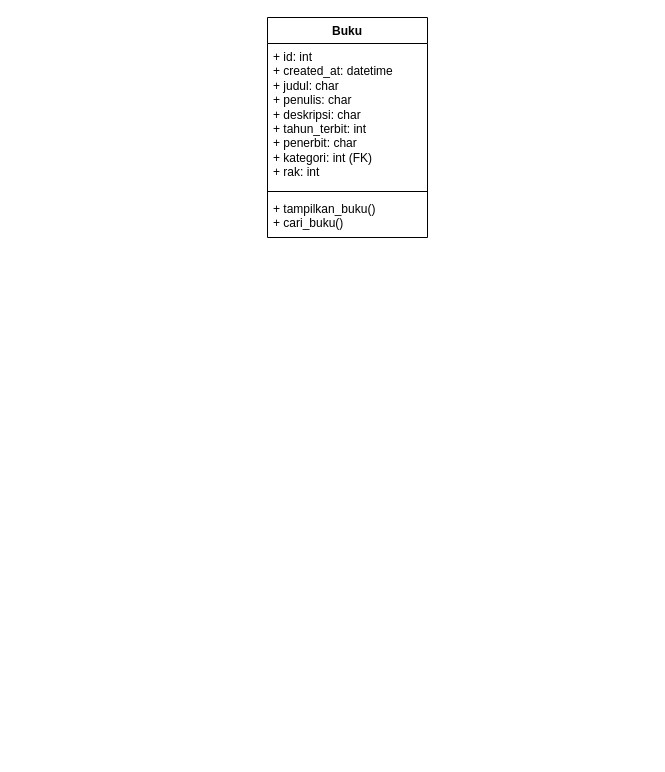
Earlier version of the draw.io diagram Class-Diagram-Perpus-Digital.drawio (Afkar-Saga/perpus-digital). Source tidied: cells renumbered, new cells numbered last; positions are measured from the earlier drawing's top-left corner, leaving out a move shared by most shapes. Both pictures are drawn from the tidied source at 100%, with x=0, y=0 at pixel (267, 17).
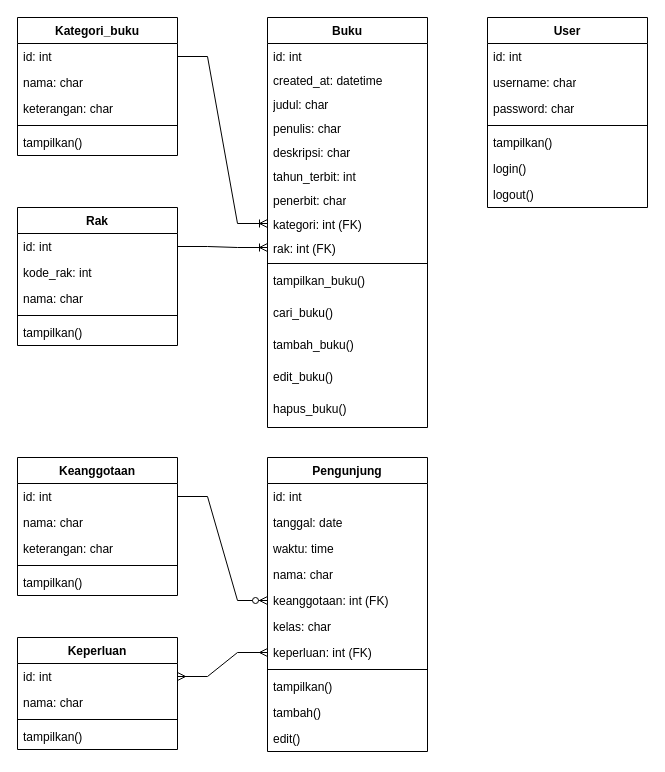
Above is the later version.

What changed in the source:
```diff
@@
     <mxCell id="2" value="Buku" style="swimlane;fontStyle=1;align=center;verticalAlign=top;horizontal=1;startSize=26;whiteSpace=wrap;html=1;" parent="1" vertex="1">
-      <mxGeometry width="160" height="220" as="geometry" />
+      <mxGeometry width="160" height="410" as="geometry" />
     </mxCell>
-    <mxCell id="3" value="+ id: int&lt;br&gt;+ created_at: datetime&lt;br&gt;+ judul: char&lt;br&gt;+ penulis: char&lt;br&gt;+ deskripsi: char&lt;br&gt;+ tahun_terbit: int&lt;br&gt;+ penerbit: char&lt;br&gt;+ kategori: int (FK)&lt;br&gt;+ rak: int" style="text;strokeColor=none;fillColor=none;align=left;verticalAlign=top;spacingLeft=4;spacingRight=4;overflow=hidden;whiteSpace=wrap;html=1;" parent="2" vertex="1">
-      <mxGeometry y="26" width="160" height="144" as="geometry" />
+    <mxCell id="3" value="id: int" style="text;strokeColor=none;fillColor=none;align=left;verticalAlign=top;spacingLeft=4;spacingRight=4;overflow=hidden;whiteSpace=wrap;html=1;" parent="2" vertex="1">
+      <mxGeometry y="26" width="160" height="24" as="geometry" />
     </mxCell>
+    <mxCell id="6" value="created_at: datetime" style="text;strokeColor=none;fillColor=none;align=left;verticalAlign=top;spacingLeft=4;spacingRight=4;overflow=hidden;whiteSpace=wrap;html=1;" parent="2" vertex="1">
+      <mxGeometry y="50" width="160" height="24" as="geometry" />
+    </mxCell>
+    <mxCell id="7" value="judul: char&lt;span style=&quot;white-space: pre;&quot;&gt;&#9;&lt;/span&gt;" style="text;strokeColor=none;fillColor=none;align=left;verticalAlign=top;spacingLeft=4;spacingRight=4;overflow=hidden;whiteSpace=wrap;html=1;" parent="2" vertex="1">
+      <mxGeometry y="74" width="160" height="24" as="geometry" />
+    </mxCell>
+    <mxCell id="8" value="penulis: char" style="text;strokeColor=none;fillColor=none;align=left;verticalAlign=top;spacingLeft=4;spacingRight=4;overflow=hidden;whiteSpace=wrap;html=1;" parent="2" vertex="1">
+      <mxGeometry y="98" width="160" height="24" as="geometry" />
+    </mxCell>
+    <mxCell id="9" value="deskripsi: char" style="text;strokeColor=none;fillColor=none;align=left;verticalAlign=top;spacingLeft=4;spacingRight=4;overflow=hidden;whiteSpace=wrap;html=1;" parent="2" vertex="1">
+      <mxGeometry y="122" width="160" height="24" as="geometry" />
+    </mxCell>
+    <mxCell id="10" value="tahun_terbit: int" style="text;strokeColor=none;fillColor=none;align=left;verticalAlign=top;spacingLeft=4;spacingRight=4;overflow=hidden;whiteSpace=wrap;html=1;" parent="2" vertex="1">
+      <mxGeometry y="146" width="160" height="24" as="geometry" />
+    </mxCell>
+    <mxCell id="11" value="penerbit: char" style="text;strokeColor=none;fillColor=none;align=left;verticalAlign=top;spacingLeft=4;spacingRight=4;overflow=hidden;whiteSpace=wrap;html=1;" parent="2" vertex="1">
+      <mxGeometry y="170" width="160" height="24" as="geometry" />
+    </mxCell>
+    <mxCell id="12" value="kategori: int (FK)" style="text;strokeColor=none;fillColor=none;align=left;verticalAlign=top;spacingLeft=4;spacingRight=4;overflow=hidden;points=[[0,0.5],[1,0.5]];portConstraint=eastwest;whiteSpace=wrap;html=1;" parent="2" vertex="1">
+      <mxGeometry y="194" width="160" height="24" as="geometry" />
+    </mxCell>
+    <mxCell id="13" value="rak: int (FK)" style="text;strokeColor=none;fillColor=none;align=left;verticalAlign=top;spacingLeft=4;spacingRight=4;overflow=hidden;points=[[0,0.5],[1,0.5]];portConstraint=eastwest;whiteSpace=wrap;html=1;" parent="2" vertex="1">
+      <mxGeometry y="218" width="160" height="24" as="geometry" />
+    </mxCell>
     <mxCell id="4" style="line;strokeWidth=1;fillColor=none;align=left;verticalAlign=middle;spacingTop=-1;spacingLeft=3;spacingRight=3;labelPosition=right;strokeColor=inherit;" parent="2" vertex="1">
-      <mxGeometry y="170" width="160" height="8" as="geometry" />
+      <mxGeometry y="242" width="160" height="8" as="geometry" />
     </mxCell>
-    <mxCell id="5" value="+ tampilkan_buku()&lt;br&gt;+ cari_buku()" style="text;strokeColor=none;fillColor=none;align=left;verticalAlign=top;spacingLeft=4;spacingRight=4;overflow=hidden;whiteSpace=wrap;html=1;" parent="2" vertex="1">
-      <mxGeometry y="178" width="160" height="42" as="geometry" />
+    <mxCell id="5" value="tampilkan_buku()" style="text;strokeColor=none;fillColor=none;align=left;verticalAlign=top;spacingLeft=4;spacingRight=4;overflow=hidden;whiteSpace=wrap;html=1;" parent="2" vertex="1">
+      <mxGeometry y="250" width="160" height="32" as="geometry" />
     </mxCell>
+    <mxCell id="14" value="cari_buku()" style="text;strokeColor=none;fillColor=none;align=left;verticalAlign=top;spacingLeft=4;spacingRight=4;overflow=hidden;whiteSpace=wrap;html=1;" parent="2" vertex="1">
+      <mxGeometry y="282" width="160" height="32" as="geometry" />
+    </mxCell>
+    <mxCell id="15" value="tambah_buku()" style="text;strokeColor=none;fillColor=none;align=left;verticalAlign=top;spacingLeft=4;spacingRight=4;overflow=hidden;whiteSpace=wrap;html=1;" parent="2" vertex="1">
+      <mxGeometry y="314" width="160" height="32" as="geometry" />
+    </mxCell>
+    <mxCell id="16" value="edit_buku()" style="text;strokeColor=none;fillColor=none;align=left;verticalAlign=top;spacingLeft=4;spacingRight=4;overflow=hidden;whiteSpace=wrap;html=1;" parent="2" vertex="1">
+      <mxGeometry y="346" width="160" height="32" as="geometry" />
+    </mxCell>
+    <mxCell id="17" value="hapus_buku()" style="text;strokeColor=none;fillColor=none;align=left;verticalAlign=top;spacingLeft=4;spacingRight=4;overflow=hidden;whiteSpace=wrap;html=1;" parent="2" vertex="1">
+      <mxGeometry y="378" width="160" height="32" as="geometry" />
+    </mxCell>
+    <mxCell id="18" value="Kategori_buku" style="swimlane;fontStyle=1;align=center;verticalAlign=top;horizontal=1;startSize=26;whiteSpace=wrap;html=1;" parent="1" vertex="1">
+      <mxGeometry x="-250" width="160" height="138" as="geometry" />
+    </mxCell>
+    <mxCell id="19" value="id: int" style="text;strokeColor=none;fillColor=none;align=left;verticalAlign=top;spacingLeft=4;spacingRight=4;overflow=hidden;points=[[0,0.5],[1,0.5]];portConstraint=eastwest;whiteSpace=wrap;html=1;" parent="18" vertex="1">
+      <mxGeometry y="26" width="160" height="26" as="geometry" />
+    </mxCell>
+    <mxCell id="20" value="nama: char" style="text;strokeColor=none;fillColor=none;align=left;verticalAlign=top;spacingLeft=4;spacingRight=4;overflow=hidden;whiteSpace=wrap;html=1;" parent="18" vertex="1">
+      <mxGeometry y="52" width="160" height="26" as="geometry" />
+    </mxCell>
+    <mxCell id="21" value="keterangan: char" style="text;strokeColor=none;fillColor=none;align=left;verticalAlign=top;spacingLeft=4;spacingRight=4;overflow=hidden;whiteSpace=wrap;html=1;" parent="18" vertex="1">
+      <mxGeometry y="78" width="160" height="26" as="geometry" />
+    </mxCell>
+    <mxCell id="22" style="line;strokeWidth=1;fillColor=none;align=left;verticalAlign=middle;spacingTop=-1;spacingLeft=3;spacingRight=3;labelPosition=right;strokeColor=inherit;" parent="18" vertex="1">
+      <mxGeometry y="104" width="160" height="8" as="geometry" />
+    </mxCell>
+    <mxCell id="23" value="tampilkan()" style="text;strokeColor=none;fillColor=none;align=left;verticalAlign=top;spacingLeft=4;spacingRight=4;overflow=hidden;whiteSpace=wrap;html=1;" parent="18" vertex="1">
+      <mxGeometry y="112" width="160" height="26" as="geometry" />
+    </mxCell>
+    <mxCell id="24" style="edgeStyle=entityRelationEdgeStyle;fontSize=12;html=1;endArrow=ERoneToMany;rounded=0;" parent="1" edge="1" source="19" target="12">
+      <mxGeometry relative="1" as="geometry" />
+    </mxCell>
+    <mxCell id="25" value="Keanggotaan" style="swimlane;fontStyle=1;align=center;verticalAlign=top;horizontal=1;startSize=26;whiteSpace=wrap;html=1;" parent="1" vertex="1">
+      <mxGeometry x="-250" y="440" width="160" height="138" as="geometry" />
+    </mxCell>
+    <mxCell id="26" value="id: int" style="text;strokeColor=none;fillColor=none;align=left;verticalAlign=top;spacingLeft=4;spacingRight=4;overflow=hidden;points=[[0,0.5],[1,0.5]];portConstraint=eastwest;whiteSpace=wrap;html=1;" parent="25" vertex="1">
+      <mxGeometry y="26" width="160" height="26" as="geometry" />
+    </mxCell>
+    <mxCell id="27" value="nama: char" style="text;strokeColor=none;fillColor=none;align=left;verticalAlign=top;spacingLeft=4;spacingRight=4;overflow=hidden;whiteSpace=wrap;html=1;" parent="25" vertex="1">
+      <mxGeometry y="52" width="160" height="26" as="geometry" />
+    </mxCell>
+    <mxCell id="28" value="keterangan: char" style="text;strokeColor=none;fillColor=none;align=left;verticalAlign=top;spacingLeft=4;spacingRight=4;overflow=hidden;whiteSpace=wrap;html=1;" parent="25" vertex="1">
+      <mxGeometry y="78" width="160" height="26" as="geometry" />
+    </mxCell>
+    <mxCell id="29" style="line;strokeWidth=1;fillColor=none;align=left;verticalAlign=middle;spacingTop=-1;spacingLeft=3;spacingRight=3;labelPosition=right;strokeColor=inherit;" parent="25" vertex="1">
+      <mxGeometry y="104" width="160" height="8" as="geometry" />
+    </mxCell>
+    <mxCell id="30" value="tampilkan()" style="text;strokeColor=none;fillColor=none;align=left;verticalAlign=top;spacingLeft=4;spacingRight=4;overflow=hidden;whiteSpace=wrap;html=1;" parent="25" vertex="1">
+      <mxGeometry y="112" width="160" height="26" as="geometry" />
+    </mxCell>
+    <mxCell id="31" value="Pengunjung" style="swimlane;fontStyle=1;align=center;verticalAlign=top;horizontal=1;startSize=26;whiteSpace=wrap;html=1;" parent="1" vertex="1">
+      <mxGeometry y="440" width="160" height="294" as="geometry" />
+    </mxCell>
+    <mxCell id="32" value="id: int" style="text;strokeColor=none;fillColor=none;align=left;verticalAlign=top;spacingLeft=4;spacingRight=4;overflow=hidden;whiteSpace=wrap;html=1;" parent="31" vertex="1">
+      <mxGeometry y="26" width="160" height="26" as="geometry" />
+    </mxCell>
+    <mxCell id="33" value="tanggal: date" style="text;strokeColor=none;fillColor=none;align=left;verticalAlign=top;spacingLeft=4;spacingRight=4;overflow=hidden;whiteSpace=wrap;html=1;" parent="31" vertex="1">
+      <mxGeometry y="52" width="160" height="26" as="geometry" />
+    </mxCell>
+    <mxCell id="34" value="waktu: time" style="text;strokeColor=none;fillColor=none;align=left;verticalAlign=top;spacingLeft=4;spacingRight=4;overflow=hidden;whiteSpace=wrap;html=1;" parent="31" vertex="1">
+      <mxGeometry y="78" width="160" height="26" as="geometry" />
+    </mxCell>
+    <mxCell id="35" value="nama: char" style="text;strokeColor=none;fillColor=none;align=left;verticalAlign=top;spacingLeft=4;spacingRight=4;overflow=hidden;whiteSpace=wrap;html=1;" parent="31" vertex="1">
+      <mxGeometry y="104" width="160" height="26" as="geometry" />
+    </mxCell>
+    <mxCell id="36" value="keanggotaan: int (FK)" style="text;strokeColor=none;fillColor=none;align=left;verticalAlign=top;spacingLeft=4;spacingRight=4;overflow=hidden;points=[[0,0.5],[1,0.5]];portConstraint=eastwest;whiteSpace=wrap;html=1;" parent="31" vertex="1">
+      <mxGeometry y="130" width="160" height="26" as="geometry" />
+    </mxCell>
+    <mxCell id="37" value="kelas: char" style="text;strokeColor=none;fillColor=none;align=left;verticalAlign=top;spacingLeft=4;spacingRight=4;overflow=hidden;whiteSpace=wrap;html=1;" parent="31" vertex="1">
+      <mxGeometry y="156" width="160" height="26" as="geometry" />
+    </mxCell>
+    <mxCell id="38" value="keperluan: int (FK)" style="text;strokeColor=none;fillColor=none;align=left;verticalAlign=top;spacingLeft=4;spacingRight=4;overflow=hidden;points=[[0,0.5],[1,0.5]];portConstraint=eastwest;whiteSpace=wrap;html=1;" parent="31" vertex="1">
+      <mxGeometry y="182" width="160" height="26" as="geometry" />
+    </mxCell>
+    <mxCell id="39" style="line;strokeWidth=1;fillColor=none;align=left;verticalAlign=middle;spacingTop=-1;spacingLeft=3;spacingRight=3;labelPosition=right;strokeColor=inherit;" parent="31" vertex="1">
+      <mxGeometry y="208" width="160" height="8" as="geometry" />
+    </mxCell>
+    <mxCell id="40" value="tampilkan()" style="text;strokeColor=none;fillColor=none;align=left;verticalAlign=top;spacingLeft=4;spacingRight=4;overflow=hidden;whiteSpace=wrap;html=1;" parent="31" vertex="1">
+      <mxGeometry y="216" width="160" height="26" as="geometry" />
+    </mxCell>
+    <mxCell id="41" value="tambah()" style="text;strokeColor=none;fillColor=none;align=left;verticalAlign=top;spacingLeft=4;spacingRight=4;overflow=hidden;whiteSpace=wrap;html=1;" parent="31" vertex="1">
+      <mxGeometry y="242" width="160" height="26" as="geometry" />
+    </mxCell>
+    <mxCell id="42" value="edit()" style="text;strokeColor=none;fillColor=none;align=left;verticalAlign=top;spacingLeft=4;spacingRight=4;overflow=hidden;whiteSpace=wrap;html=1;" parent="31" vertex="1">
+      <mxGeometry y="268" width="160" height="26" as="geometry" />
+    </mxCell>
+    <mxCell id="43" value="Keperluan" style="swimlane;fontStyle=1;align=center;verticalAlign=top;horizontal=1;startSize=26;whiteSpace=wrap;html=1;" parent="1" vertex="1">
+      <mxGeometry x="-250" y="620" width="160" height="112" as="geometry" />
+    </mxCell>
+    <mxCell id="44" value="id: int" style="text;strokeColor=none;fillColor=none;align=left;verticalAlign=top;spacingLeft=4;spacingRight=4;overflow=hidden;points=[[0,0.5],[1,0.5]];portConstraint=eastwest;whiteSpace=wrap;html=1;" parent="43" vertex="1">
+      <mxGeometry y="26" width="160" height="26" as="geometry" />
+    </mxCell>
+    <mxCell id="45" value="nama: char" style="text;strokeColor=none;fillColor=none;align=left;verticalAlign=top;spacingLeft=4;spacingRight=4;overflow=hidden;whiteSpace=wrap;html=1;" parent="43" vertex="1">
+      <mxGeometry y="52" width="160" height="26" as="geometry" />
+    </mxCell>
+    <mxCell id="46" style="line;strokeWidth=1;fillColor=none;align=left;verticalAlign=middle;spacingTop=-1;spacingLeft=3;spacingRight=3;labelPosition=right;strokeColor=inherit;" parent="43" vertex="1">
+      <mxGeometry y="78" width="160" height="8" as="geometry" />
+    </mxCell>
+    <mxCell id="47" value="tampilkan()" style="text;strokeColor=none;fillColor=none;align=left;verticalAlign=top;spacingLeft=4;spacingRight=4;overflow=hidden;whiteSpace=wrap;html=1;" parent="43" vertex="1">
+      <mxGeometry y="86" width="160" height="26" as="geometry" />
+    </mxCell>
+    <mxCell id="48" style="edgeStyle=entityRelationEdgeStyle;fontSize=12;html=1;endArrow=ERzeroToMany;endFill=1;rounded=0;" parent="1" edge="1" source="26" target="36">
+      <mxGeometry relative="1" as="geometry" />
+    </mxCell>
+    <mxCell id="49" style="edgeStyle=entityRelationEdgeStyle;fontSize=12;html=1;endArrow=ERmany;startArrow=ERmany;rounded=0;" parent="1" edge="1" source="44" target="38">
+      <mxGeometry relative="1" as="geometry" />
+    </mxCell>
+    <mxCell id="50" value="User" style="swimlane;fontStyle=1;align=center;verticalAlign=top;horizontal=1;startSize=26;whiteSpace=wrap;html=1;" parent="1" vertex="1">
+      <mxGeometry x="220" width="160" height="190" as="geometry" />
+    </mxCell>
+    <mxCell id="51" value="id: int" style="text;strokeColor=none;fillColor=none;align=left;verticalAlign=top;spacingLeft=4;spacingRight=4;overflow=hidden;whiteSpace=wrap;html=1;" parent="50" vertex="1">
+      <mxGeometry y="26" width="160" height="26" as="geometry" />
+    </mxCell>
+    <mxCell id="52" value="username: char" style="text;strokeColor=none;fillColor=none;align=left;verticalAlign=top;spacingLeft=4;spacingRight=4;overflow=hidden;whiteSpace=wrap;html=1;" parent="50" vertex="1">
+      <mxGeometry y="52" width="160" height="26" as="geometry" />
+    </mxCell>
+    <mxCell id="53" value="password: char" style="text;strokeColor=none;fillColor=none;align=left;verticalAlign=top;spacingLeft=4;spacingRight=4;overflow=hidden;whiteSpace=wrap;html=1;" parent="50" vertex="1">
+      <mxGeometry y="78" width="160" height="26" as="geometry" />
+    </mxCell>
+    <mxCell id="54" style="line;strokeWidth=1;fillColor=none;align=left;verticalAlign=middle;spacingTop=-1;spacingLeft=3;spacingRight=3;labelPosition=right;strokeColor=inherit;" parent="50" vertex="1">
+      <mxGeometry y="104" width="160" height="8" as="geometry" />
+    </mxCell>
+    <mxCell id="55" value="tampilkan()" style="text;strokeColor=none;fillColor=none;align=left;verticalAlign=top;spacingLeft=4;spacingRight=4;overflow=hidden;whiteSpace=wrap;html=1;" parent="50" vertex="1">
+      <mxGeometry y="112" width="160" height="26" as="geometry" />
+    </mxCell>
+    <mxCell id="56" value="login()" style="text;strokeColor=none;fillColor=none;align=left;verticalAlign=top;spacingLeft=4;spacingRight=4;overflow=hidden;whiteSpace=wrap;html=1;" parent="50" vertex="1">
+      <mxGeometry y="138" width="160" height="26" as="geometry" />
+    </mxCell>
+    <mxCell id="57" value="logout()" style="text;strokeColor=none;fillColor=none;align=left;verticalAlign=top;spacingLeft=4;spacingRight=4;overflow=hidden;whiteSpace=wrap;html=1;" parent="50" vertex="1">
+      <mxGeometry y="164" width="160" height="26" as="geometry" />
+    </mxCell>
+    <mxCell id="58" value="Rak" style="swimlane;fontStyle=1;align=center;verticalAlign=top;horizontal=1;startSize=26;whiteSpace=wrap;html=1;" parent="1" vertex="1">
+      <mxGeometry x="-250" y="190" width="160" height="138" as="geometry" />
+    </mxCell>
+    <mxCell id="59" value="id: int" style="text;strokeColor=none;fillColor=none;align=left;verticalAlign=top;spacingLeft=4;spacingRight=4;overflow=hidden;points=[[0,0.5],[1,0.5]];portConstraint=eastwest;whiteSpace=wrap;html=1;" parent="58" vertex="1">
+      <mxGeometry y="26" width="160" height="26" as="geometry" />
+    </mxCell>
+    <mxCell id="60" value="kode_rak: int" style="text;strokeColor=none;fillColor=none;align=left;verticalAlign=top;spacingLeft=4;spacingRight=4;overflow=hidden;whiteSpace=wrap;html=1;" parent="58" vertex="1">
+      <mxGeometry y="52" width="160" height="26" as="geometry" />
+    </mxCell>
+    <mxCell id="61" value="nama: char" style="text;strokeColor=none;fillColor=none;align=left;verticalAlign=top;spacingLeft=4;spacingRight=4;overflow=hidden;whiteSpace=wrap;html=1;" parent="58" vertex="1">
+      <mxGeometry y="78" width="160" height="26" as="geometry" />
+    </mxCell>
+    <mxCell id="62" style="line;strokeWidth=1;fillColor=none;align=left;verticalAlign=middle;spacingTop=-1;spacingLeft=3;spacingRight=3;labelPosition=right;strokeColor=inherit;" parent="58" vertex="1">
+      <mxGeometry y="104" width="160" height="8" as="geometry" />
+    </mxCell>
+    <mxCell id="63" value="tampilkan()" style="text;strokeColor=none;fillColor=none;align=left;verticalAlign=top;spacingLeft=4;spacingRight=4;overflow=hidden;whiteSpace=wrap;html=1;" parent="58" vertex="1">
+      <mxGeometry y="112" width="160" height="26" as="geometry" />
+    </mxCell>
+    <mxCell id="64" style="edgeStyle=entityRelationEdgeStyle;fontSize=12;html=1;endArrow=ERoneToMany;rounded=0;" parent="1" edge="1" source="59" target="13">
+      <mxGeometry relative="1" as="geometry" />
+    </mxCell>
```
